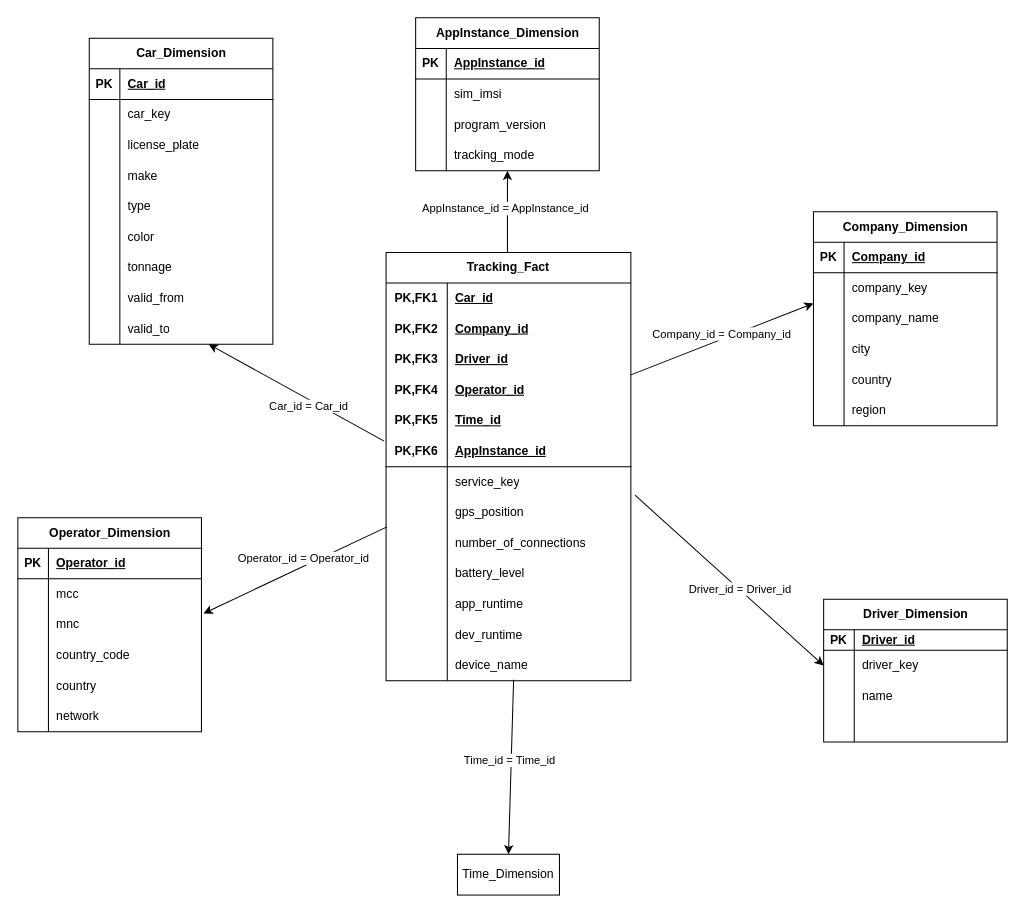
JosefKuchar/pa220-project keeps this draw.io diagram as erd.drawio. Above is the earlier version. Source tidied: cells renumbered, new cells numbered last; positions are measured from the earlier drawing's top-left corner, leaving out a move shared by most shapes. Both pictures are drawn from the tidied source at 102%, with x=0, y=0 at pixel (17, 17).
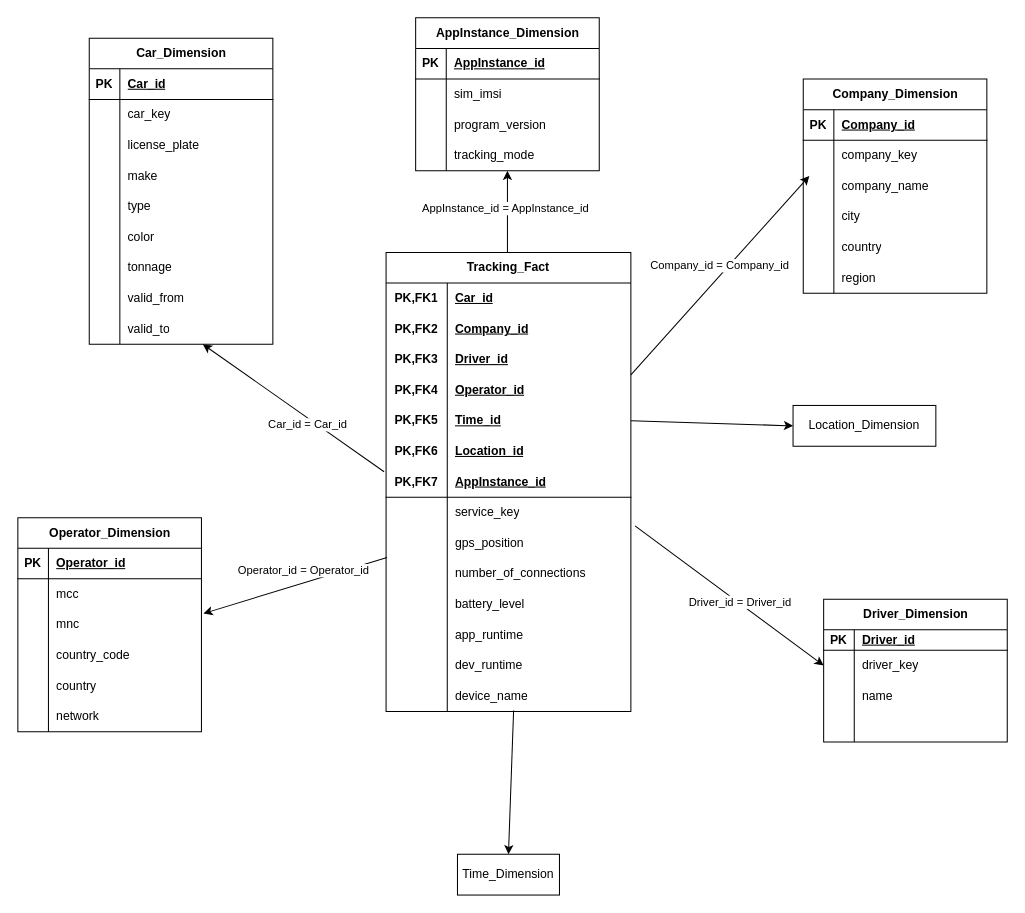
The same diagram, later.

Commit message:
location by mela byt degen, rikal to na prednasce jsem nasel

Unchanged cells that the change refers to:
```xml
<mxCell id="15" style="shape=tableRow;horizontal=0;startSize=0;swimlaneHead=0;swimlaneBody=0;fillColor=none;points=[[0,0.5],[1,0.5]];portConstraint=eastwest;top=0;left=0;right=0;bottom=0;html=1;" parent="2" vertex="1">
  <mxGeometry y="150" width="240" height="30" as="geometry" />
</mxCell>
<mxCell id="77" style="shape=tableRow;horizontal=0;startSize=0;swimlaneHead=0;swimlaneBody=0;fillColor=none;points=[[0,0.5],[1,0.5]];portConstraint=eastwest;top=0;left=0;right=0;bottom=0;" parent="70" vertex="1">
  <mxGeometry y="90" width="180" height="30" as="geometry" />
</mxCell>
<mxCell id="145" style="endArrow=classic;html=1;rounded=0;entryX=0.5;entryY=0;entryDx=0;entryDy=0;exitX=0.521;exitY=0.967;exitDx=0;exitDy=0;exitPerimeter=0;" parent="1" edge="1" source="39" target="134">
  <mxGeometry relative="1" as="geometry" />
</mxCell>
```

Change to the diagram source:
```diff
@@
     <mxCell id="2" value="Tracking_Fact" style="shape=table;startSize=30;childLayout=tableLayout;rowLines=0;fontStyle=1;align=center;html=1;whiteSpace=wrap;" parent="1" vertex="1">
-      <mxGeometry x="361" y="230" width="240" height="420" as="geometry" />
+      <mxGeometry x="361" y="230" width="240" height="450" as="geometry" />
     </mxCell>
@@
+    <mxCell id="147" style="shape=tableRow;horizontal=0;startSize=0;swimlaneHead=0;swimlaneBody=0;fillColor=none;top=0;left=0;right=0;bottom=0;html=1;" parent="2" vertex="1">
+      <mxGeometry y="180" width="240" height="30" as="geometry" />
+    </mxCell>
+    <mxCell id="148" value="PK,FK6" style="shape=partialRectangle;fillColor=none;top=0;left=0;bottom=0;right=0;fontStyle=1;overflow=hidden;html=1;whiteSpace=wrap;" parent="147" vertex="1">
+      <mxGeometry width="60" height="30" as="geometry" />
+    </mxCell>
+    <mxCell id="149" value="Location_id" style="shape=partialRectangle;fillColor=none;top=0;left=0;bottom=0;right=0;align=left;spacingLeft=6;fontStyle=5;overflow=hidden;html=1;whiteSpace=wrap;" parent="147" vertex="1">
+      <mxGeometry x="60" width="180" height="30" as="geometry" />
+    </mxCell>
     <mxCell id="18" style="shape=tableRow;horizontal=0;startSize=0;swimlaneHead=0;swimlaneBody=0;fillColor=none;points=[[0,0.5],[1,0.5]];portConstraint=eastwest;top=0;left=0;right=0;bottom=1;html=1;" parent="2" vertex="1">
-      <mxGeometry y="180" width="240" height="30" as="geometry" />
+      <mxGeometry y="210" width="240" height="30" as="geometry" />
     </mxCell>
-    <mxCell id="19" value="PK,FK6" style="shape=partialRectangle;fillColor=none;top=0;left=0;bottom=0;right=0;fontStyle=1;overflow=hidden;html=1;whiteSpace=wrap;" parent="18" vertex="1">
+    <mxCell id="19" value="PK,FK7" style="shape=partialRectangle;fillColor=none;top=0;left=0;bottom=0;right=0;fontStyle=1;overflow=hidden;html=1;whiteSpace=wrap;" parent="18" vertex="1">
       <mxGeometry width="60" height="30" as="geometry" />
     </mxCell>
@@
     <mxCell id="21" style="shape=tableRow;horizontal=0;startSize=0;swimlaneHead=0;swimlaneBody=0;fillColor=none;top=0;left=0;right=0;bottom=0;html=1;" parent="2" vertex="1">
-      <mxGeometry y="210" width="240" height="30" as="geometry" />
+      <mxGeometry y="240" width="240" height="30" as="geometry" />
     </mxCell>
@@
     <mxCell id="24" style="shape=tableRow;horizontal=0;startSize=0;swimlaneHead=0;swimlaneBody=0;fillColor=none;points=[[0,0.5],[1,0.5]];portConstraint=eastwest;top=0;left=0;right=0;bottom=0;html=1;" parent="2" vertex="1">
-      <mxGeometry y="240" width="240" height="30" as="geometry" />
+      <mxGeometry y="270" width="240" height="30" as="geometry" />
     </mxCell>
@@
     <mxCell id="27" style="shape=tableRow;horizontal=0;startSize=0;swimlaneHead=0;swimlaneBody=0;fillColor=none;points=[[0,0.5],[1,0.5]];portConstraint=eastwest;top=0;left=0;right=0;bottom=0;html=1;" parent="2" vertex="1">
-      <mxGeometry y="270" width="240" height="30" as="geometry" />
+      <mxGeometry y="300" width="240" height="30" as="geometry" />
     </mxCell>
@@
     <mxCell id="30" style="shape=tableRow;horizontal=0;startSize=0;swimlaneHead=0;swimlaneBody=0;fillColor=none;top=0;left=0;right=0;bottom=0;html=1;" parent="2" vertex="1">
-      <mxGeometry y="300" width="240" height="30" as="geometry" />
+      <mxGeometry y="330" width="240" height="30" as="geometry" />
     </mxCell>
@@
     <mxCell id="33" style="shape=tableRow;horizontal=0;startSize=0;swimlaneHead=0;swimlaneBody=0;fillColor=none;top=0;left=0;right=0;bottom=0;html=1;" parent="2" vertex="1">
-      <mxGeometry y="330" width="240" height="30" as="geometry" />
+      <mxGeometry y="360" width="240" height="30" as="geometry" />
     </mxCell>
@@
     <mxCell id="36" style="shape=tableRow;horizontal=0;startSize=0;swimlaneHead=0;swimlaneBody=0;fillColor=none;top=0;left=0;right=0;bottom=0;html=1;" parent="2" vertex="1">
-      <mxGeometry y="360" width="240" height="30" as="geometry" />
+      <mxGeometry y="390" width="240" height="30" as="geometry" />
     </mxCell>
@@
     <mxCell id="39" style="shape=tableRow;horizontal=0;startSize=0;swimlaneHead=0;swimlaneBody=0;fillColor=none;points=[[0,0.5],[1,0.5]];portConstraint=eastwest;top=0;left=0;right=0;bottom=0;html=1;" parent="2" vertex="1">
-      <mxGeometry y="390" width="240" height="30" as="geometry" />
+      <mxGeometry y="420" width="240" height="30" as="geometry" />
     </mxCell>
@@
     <mxCell id="70" value="Company_Dimension" style="shape=table;startSize=30;childLayout=tableLayout;rowLines=0;fontStyle=1;align=center;html=1;" parent="1" vertex="1">
-      <mxGeometry x="780" y="190" width="180" height="210" as="geometry" />
+      <mxGeometry x="770" y="60" width="180" height="210" as="geometry" />
     </mxCell>
@@
-    <mxCell id="139" style="endArrow=classic;html=1;rounded=0;entryX=0;entryY=0.5;entryDx=0;entryDy=0;exitX=1;exitY=0.5;exitDx=0;exitDy=0;" parent="1" edge="1">
+    <mxCell id="139" style="endArrow=classic;html=1;rounded=0;entryX=0.033;entryY=0.167;entryDx=0;entryDy=0;exitX=1;exitY=0.5;exitDx=0;exitDy=0;entryPerimeter=0;" parent="1" edge="1" target="77">
       <mxGeometry relative="1" as="geometry">
         <mxPoint x="601" y="350" as="sourcePoint" />
-        <mxPoint x="780" y="280" as="targetPoint" />
       </mxGeometry>
     </mxCell>
@@
-    <mxCell id="146" value="Time_id = Time_id" style="edgeLabel;html=1;align=center;verticalAlign=middle;" parent="145" vertex="1">
-      <mxGeometry x="-0.08" y="-2" relative="1" as="geometry" />
-    </mxCell>
+    <mxCell id="150" value="Location_Dimension" style="whiteSpace=wrap;html=1;align=center;" parent="1" vertex="1">
+      <mxGeometry x="760" y="380" width="140" height="40" as="geometry" />
+    </mxCell>
+    <mxCell id="151" style="endArrow=classic;html=1;rounded=0;entryX=0;entryY=0.5;entryDx=0;entryDy=0;exitX=1;exitY=0.5;exitDx=0;exitDy=0;" parent="1" edge="1" source="15" target="150">
+      <mxGeometry relative="1" as="geometry" />
+    </mxCell>
```
